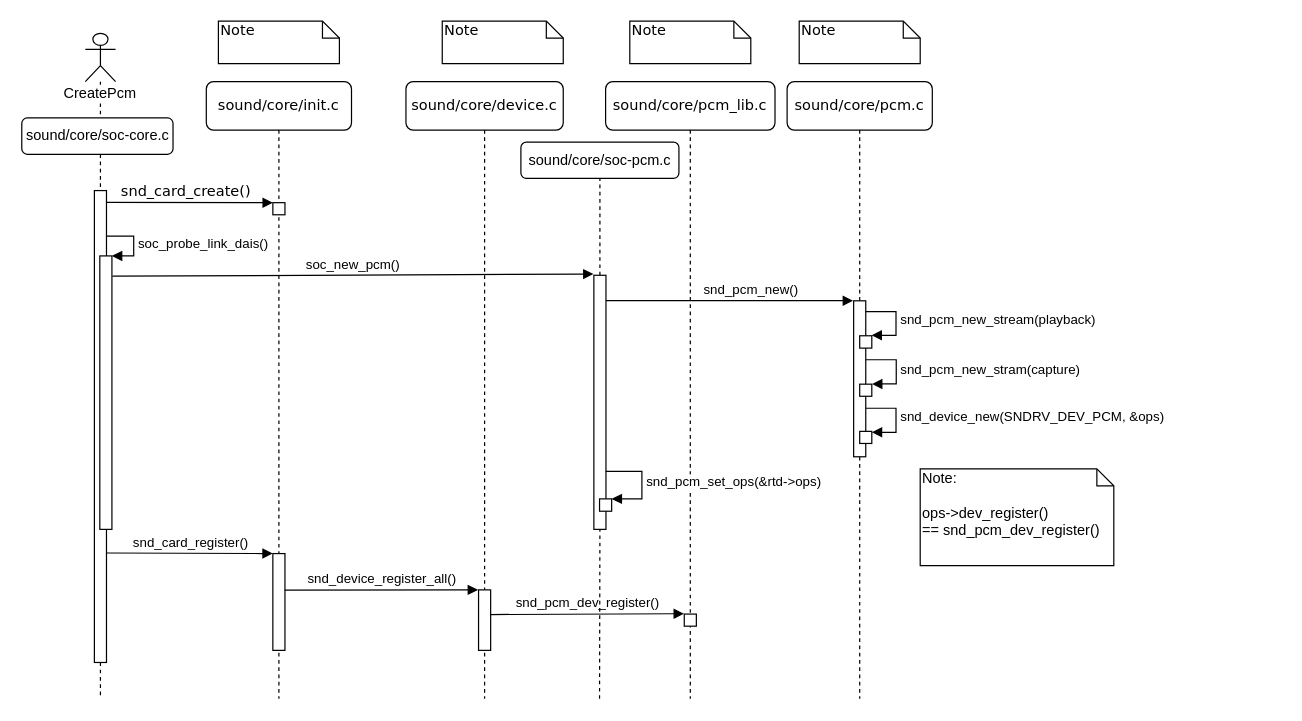
This is android/audio/create_pcm.drawio from jc1995wade/dwadelib, a draw.io file, before an edit. Source tidied: cells renumbered, new cells numbered last; positions are measured from the earlier drawing's top-left corner, leaving out a move shared by most shapes. Both pictures are drawn from the tidied source at 121%, with x=0, y=0 at pixel (22, 21).
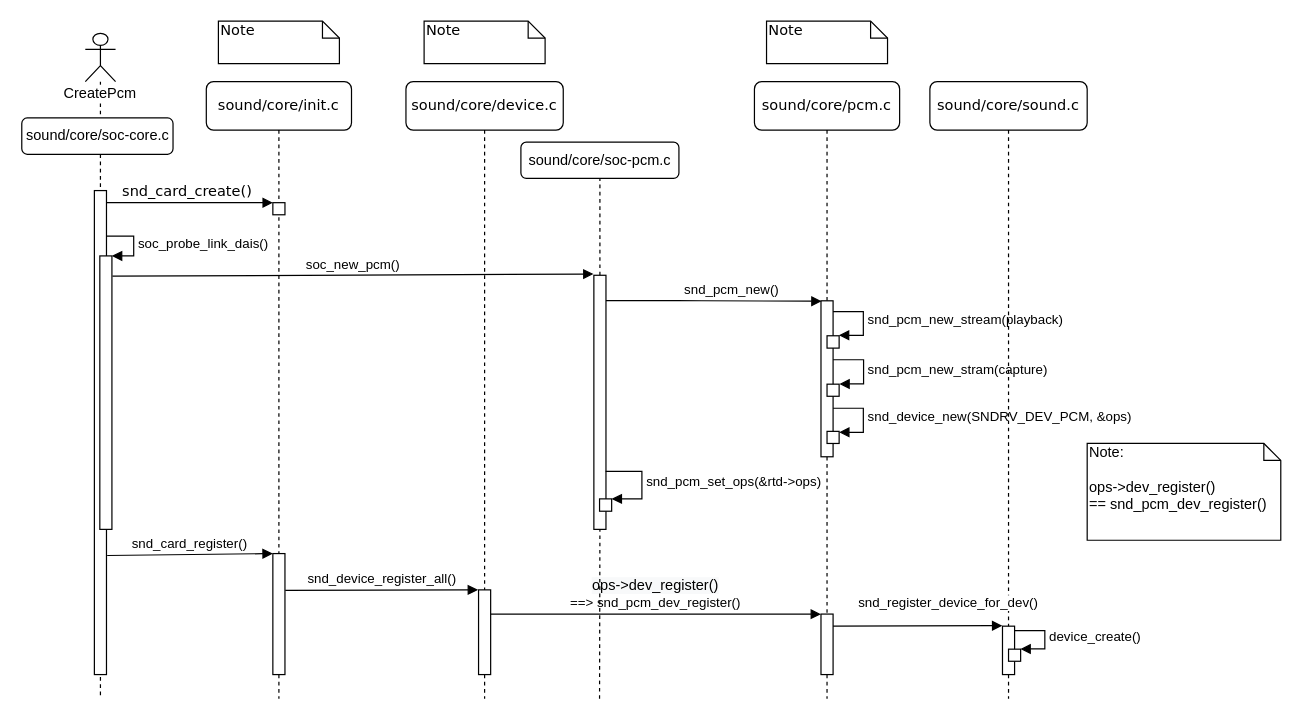
The same page after the edit.

The change refers to these unchanged cells:
```xml
<mxCell id="2" value="sound/core/init.c&lt;br&gt;" style="shape=umlLifeline;perimeter=lifelinePerimeter;whiteSpace=wrap;html=1;rounded=1;shadow=0;comic=0;labelBackgroundColor=none;strokeWidth=1;fontFamily=Verdana;fontSize=12;align=center;" parent="1" vertex="1">
  <mxGeometry x="152" y="50" width="120" height="510" as="geometry" />
</mxCell>
<mxCell id="5" value="sound/core/device.c&lt;br&gt;" style="shape=umlLifeline;perimeter=lifelinePerimeter;whiteSpace=wrap;html=1;rounded=1;shadow=0;comic=0;labelBackgroundColor=none;strokeWidth=1;fontFamily=Verdana;fontSize=12;align=center;" parent="1" vertex="1">
  <mxGeometry x="317" y="50" width="130" height="510" as="geometry" />
</mxCell>
<mxCell id="10" style="html=1;points=[];perimeter=orthogonalPerimeter;" parent="9" vertex="1">
  <mxGeometry x="55" y="181.1" width="10" height="128.9" as="geometry" />
</mxCell>
<mxCell id="23" value="CreatePcm" style="shape=umlLifeline;participant=umlActor;perimeter=lifelinePerimeter;whiteSpace=wrap;html=1;verticalAlign=top;spacingTop=36;labelBackgroundColor=#ffffff;align=center;" parent="1" vertex="1">
  <mxGeometry x="52" y="10" width="25" height="550" as="geometry" />
</mxCell>
```

Change to the diagram source:
```diff
@@
     <mxCell id="4" style="html=1;points=[];perimeter=orthogonalPerimeter;" parent="2" vertex="1">
-      <mxGeometry x="55" y="390" width="10" height="80" as="geometry" />
+      <mxGeometry x="55" y="390" width="10" height="100" as="geometry" />
     </mxCell>
@@
     <mxCell id="6" style="html=1;points=[];perimeter=orthogonalPerimeter;" parent="5" vertex="1">
-      <mxGeometry x="60" y="420" width="10" height="50" as="geometry" />
+      <mxGeometry x="60" y="420" width="10" height="70" as="geometry" />
     </mxCell>
-    <mxCell id="7" value="sound/core/pcm_lib.c" style="shape=umlLifeline;perimeter=lifelinePerimeter;whiteSpace=wrap;html=1;rounded=1;shadow=0;comic=0;labelBackgroundColor=none;strokeWidth=1;fontFamily=Verdana;fontSize=12;align=center;" parent="1" vertex="1">
-      <mxGeometry x="482" y="50" width="140" height="510" as="geometry" />
-    </mxCell>
-    <mxCell id="8" style="html=1;points=[];perimeter=orthogonalPerimeter;" parent="7" vertex="1">
-      <mxGeometry x="65" y="440" width="10" height="10" as="geometry" />
-    </mxCell>
     <mxCell id="9" value="sound/core/pcm.c" style="shape=umlLifeline;perimeter=lifelinePerimeter;whiteSpace=wrap;html=1;rounded=1;shadow=0;comic=0;labelBackgroundColor=none;strokeWidth=1;fontFamily=Verdana;fontSize=12;align=center;" parent="1" vertex="1">
-      <mxGeometry x="632" y="50" width="120" height="510" as="geometry" />
+      <mxGeometry x="605" y="50" width="120" height="510" as="geometry" />
     </mxCell>
@@
+    <mxCell id="8" style="html=1;points=[];perimeter=orthogonalPerimeter;" parent="9" vertex="1">
+      <mxGeometry x="55" y="440" width="10" height="50" as="geometry" />
+    </mxCell>
@@
     <mxCell id="17" value="Note" style="shape=note;whiteSpace=wrap;html=1;size=14;verticalAlign=top;align=left;spacingTop=-6;rounded=0;shadow=0;comic=0;labelBackgroundColor=none;strokeWidth=1;fontFamily=Verdana;fontSize=12;" parent="1" vertex="1">
-      <mxGeometry x="347" width="100" height="35" as="geometry" />
+      <mxGeometry x="332" width="100" height="35" as="geometry" />
     </mxCell>
-    <mxCell id="18" value="Note" style="shape=note;whiteSpace=wrap;html=1;size=14;verticalAlign=top;align=left;spacingTop=-6;rounded=0;shadow=0;comic=0;labelBackgroundColor=none;strokeWidth=1;fontFamily=Verdana;fontSize=12;" parent="1" vertex="1">
-      <mxGeometry x="502" width="100" height="35" as="geometry" />
-    </mxCell>
     <mxCell id="19" value="Note" style="shape=note;whiteSpace=wrap;html=1;size=14;verticalAlign=top;align=left;spacingTop=-6;rounded=0;shadow=0;comic=0;labelBackgroundColor=none;strokeWidth=1;fontFamily=Verdana;fontSize=12;" parent="1" vertex="1">
-      <mxGeometry x="642" width="100" height="35" as="geometry" />
+      <mxGeometry x="615" width="100" height="35" as="geometry" />
     </mxCell>
-    <mxCell id="20" value="snd_pcm_new()" style="html=1;verticalAlign=bottom;endArrow=block;" parent="1" edge="1">
+    <mxCell id="20" value="snd_pcm_new()" style="html=1;verticalAlign=bottom;endArrow=block;entryX=0.051;entryY=0.003;entryDx=0;entryDy=0;entryPerimeter=0;" parent="1" edge="1" target="10">
       <mxGeometry x="0.17" relative="1" as="geometry">
         <mxPoint x="482" y="231" as="sourcePoint" />
-        <mxPoint x="686.5" y="231" as="targetPoint" />
         <Array as="points">
           <mxPoint x="551.5" y="231" />
         </Array>
       </mxGeometry>
     </mxCell>
-    <mxCell id="21" value="snd_card_register()" style="html=1;verticalAlign=bottom;endArrow=block;exitX=1.01;exitY=0.768;exitDx=0;exitDy=0;exitPerimeter=0;entryX=-0.009;entryY=0;entryDx=0;entryDy=0;entryPerimeter=0;" parent="1" edge="1" source="24" target="4">
+    <mxCell id="21" value="snd_card_register()" style="html=1;verticalAlign=bottom;endArrow=block;exitX=1.058;exitY=0.754;exitDx=0;exitDy=0;exitPerimeter=0;entryX=-0.009;entryY=0;entryDx=0;entryDy=0;entryPerimeter=0;" parent="1" edge="1" source="24" target="4">
       <mxGeometry relative="1" as="geometry" />
     </mxCell>
-    <mxCell id="22" value="snd_device_register_all()" style="html=1;verticalAlign=bottom;endArrow=block;entryX=-0.044;entryY=0;entryDx=0;entryDy=0;entryPerimeter=0;exitX=0.974;exitY=0.377;exitDx=0;exitDy=0;exitPerimeter=0;" parent="1" edge="1" source="4" target="6">
+    <mxCell id="22" value="snd_device_register_all()" style="html=1;verticalAlign=bottom;endArrow=block;entryX=-0.044;entryY=0;entryDx=0;entryDy=0;entryPerimeter=0;exitX=1.026;exitY=0.304;exitDx=0;exitDy=0;exitPerimeter=0;" parent="1" edge="1" source="4" target="6">
       <mxGeometry relative="1" as="geometry" />
     </mxCell>
@@
     <mxCell id="24" style="html=1;points=[];perimeter=orthogonalPerimeter;" parent="23" vertex="1">
-      <mxGeometry x="7.5" y="130" width="10" height="390" as="geometry" />
+      <mxGeometry x="7.5" y="130" width="10" height="400" as="geometry" />
     </mxCell>
@@
-    <mxCell id="27" value="snd_pcm_dev_register()" style="html=1;verticalAlign=bottom;endArrow=block;exitX=0.963;exitY=0.408;exitDx=0;exitDy=0;exitPerimeter=0;entryX=-0.026;entryY=-0.03;entryDx=0;entryDy=0;entryPerimeter=0;" parent="1" edge="1" source="6" target="8">
+    <mxCell id="27" value="&lt;span style=&quot;font-size: 12px ; text-align: left ; white-space: normal ; background-color: rgb(248 , 249 , 250)&quot;&gt;ops-&amp;gt;dev_register()&lt;br&gt;&lt;/span&gt;==&amp;gt; snd_pcm_dev_register()" style="html=1;verticalAlign=bottom;endArrow=block;entryX=0.001;entryY=0.001;entryDx=0;entryDy=0;entryPerimeter=0;exitX=1.003;exitY=0.286;exitDx=0;exitDy=0;exitPerimeter=0;" parent="1" edge="1" source="6" target="8">
       <mxGeometry relative="1" as="geometry" />
     </mxCell>
@@
     <mxCell id="36" value="snd_pcm_new_stream(playback)" style="edgeStyle=orthogonalEdgeStyle;html=1;align=left;spacingLeft=2;endArrow=block;rounded=0;entryX=1;entryY=0;" parent="1" edge="1">
       <mxGeometry relative="1" as="geometry">
-        <mxPoint x="697" y="240" as="sourcePoint" />
-        <mxPoint x="701.8" y="259.6" as="targetPoint" />
+        <mxPoint x="670" y="240" as="sourcePoint" />
+        <mxPoint x="674.8" y="259.6" as="targetPoint" />
         <Array as="points">
-          <mxPoint x="722" y="240" />
-          <mxPoint x="722" y="260" />
+          <mxPoint x="695" y="240" />
+          <mxPoint x="695" y="260" />
         </Array>
       </mxGeometry>
     </mxCell>
     <mxCell id="37" style="html=1;perimeter=orthogonalPerimeter;" parent="1" vertex="1">
-      <mxGeometry x="692" y="339" width="10" height="10" as="geometry" />
+      <mxGeometry x="665" y="339" width="10" height="10" as="geometry" />
     </mxCell>
     <mxCell id="38" value="Note:&lt;br&gt;&lt;br&gt;ops-&amp;gt;dev_register()&lt;br&gt;== snd_pcm_dev_register()" style="shape=note;whiteSpace=wrap;html=1;size=14;verticalAlign=top;align=left;spacingTop=-6;" parent="1" vertex="1">
-      <mxGeometry x="742" y="370" width="160" height="80" as="geometry" />
+      <mxGeometry x="880" y="349" width="160" height="80" as="geometry" />
     </mxCell>
+    <mxCell id="39" value="sound/core/sound.c" style="shape=umlLifeline;perimeter=lifelinePerimeter;whiteSpace=wrap;html=1;rounded=1;shadow=0;comic=0;labelBackgroundColor=none;strokeWidth=1;fontFamily=Verdana;fontSize=12;align=center;" parent="1" vertex="1">
+      <mxGeometry x="750" y="50" width="130" height="510" as="geometry" />
+    </mxCell>
+    <mxCell id="40" style="html=1;points=[];perimeter=orthogonalPerimeter;" parent="39" vertex="1">
+      <mxGeometry x="60" y="450" width="10" height="40" as="geometry" />
+    </mxCell>
+    <mxCell id="41" style="html=1;points=[];perimeter=orthogonalPerimeter;" parent="1" vertex="1">
+      <mxGeometry x="815" y="519" width="10" height="10" as="geometry" />
+    </mxCell>
+    <mxCell id="42" value="device_create()" style="edgeStyle=orthogonalEdgeStyle;html=1;align=left;spacingLeft=2;endArrow=block;rounded=0;entryX=0.983;entryY=-0.019;exitX=1.017;exitY=0.334;exitDx=0;exitDy=0;exitPerimeter=0;entryDx=0;entryDy=0;entryPerimeter=0;" parent="1" edge="1" target="41">
+      <mxGeometry relative="1" as="geometry">
+        <mxPoint x="820" y="503.7" as="sourcePoint" />
+        <Array as="points">
+          <mxPoint x="845" y="504" />
+          <mxPoint x="845" y="519" />
+        </Array>
+      </mxGeometry>
+    </mxCell>
+    <mxCell id="43" value="snd_register_device_for_dev()" style="html=1;verticalAlign=bottom;endArrow=block;entryX=-0.013;entryY=-0.011;entryDx=0;entryDy=0;entryPerimeter=0;" parent="1" edge="1" target="40">
+      <mxGeometry x="0.36" y="10" relative="1" as="geometry">
+        <mxPoint x="670" y="500" as="sourcePoint" />
+      </mxGeometry>
+    </mxCell>
```
